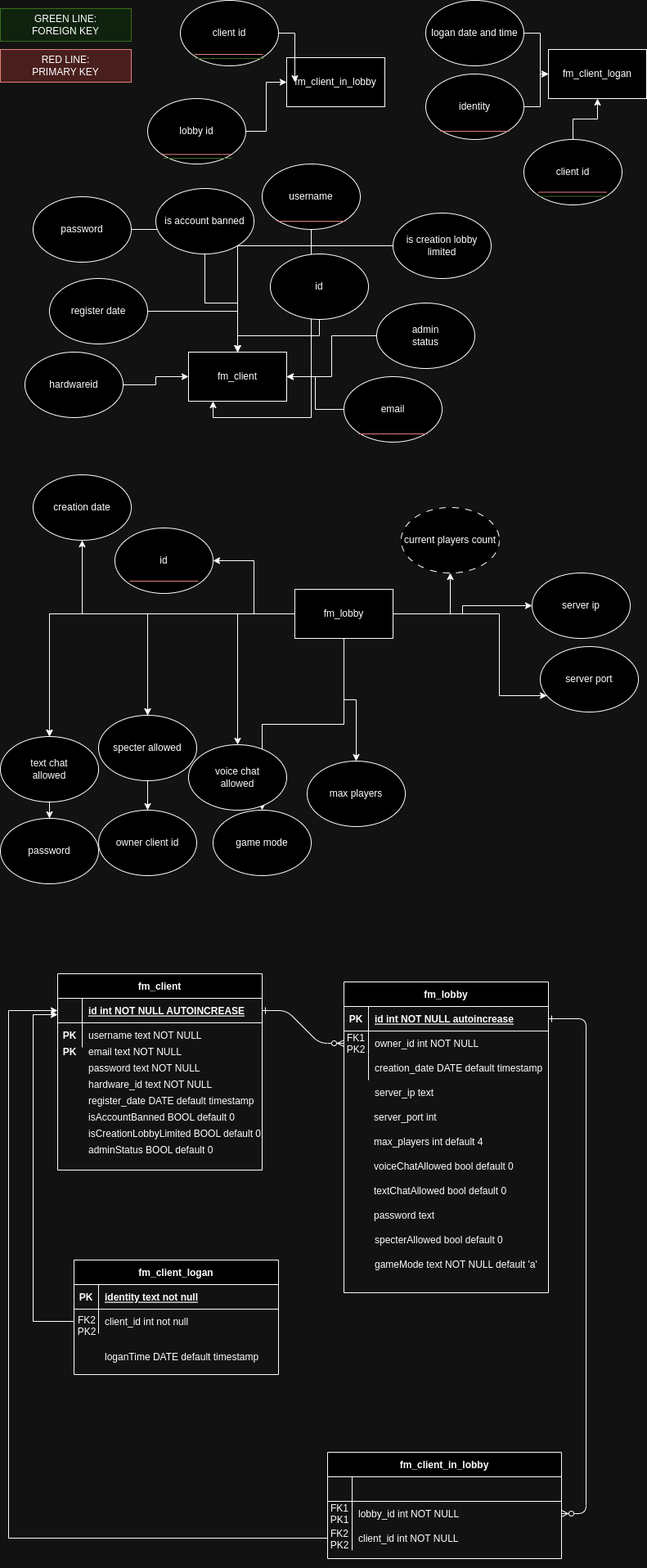
The draw.io diagram docs/database/server/server-database-dark.png in turnaduw/fluffyMultiplayer, before a commit. Source tidied: cells renumbered, new cells last; positions are measured from the earlier drawing's top-left corner, leaving out a move shared by most shapes.
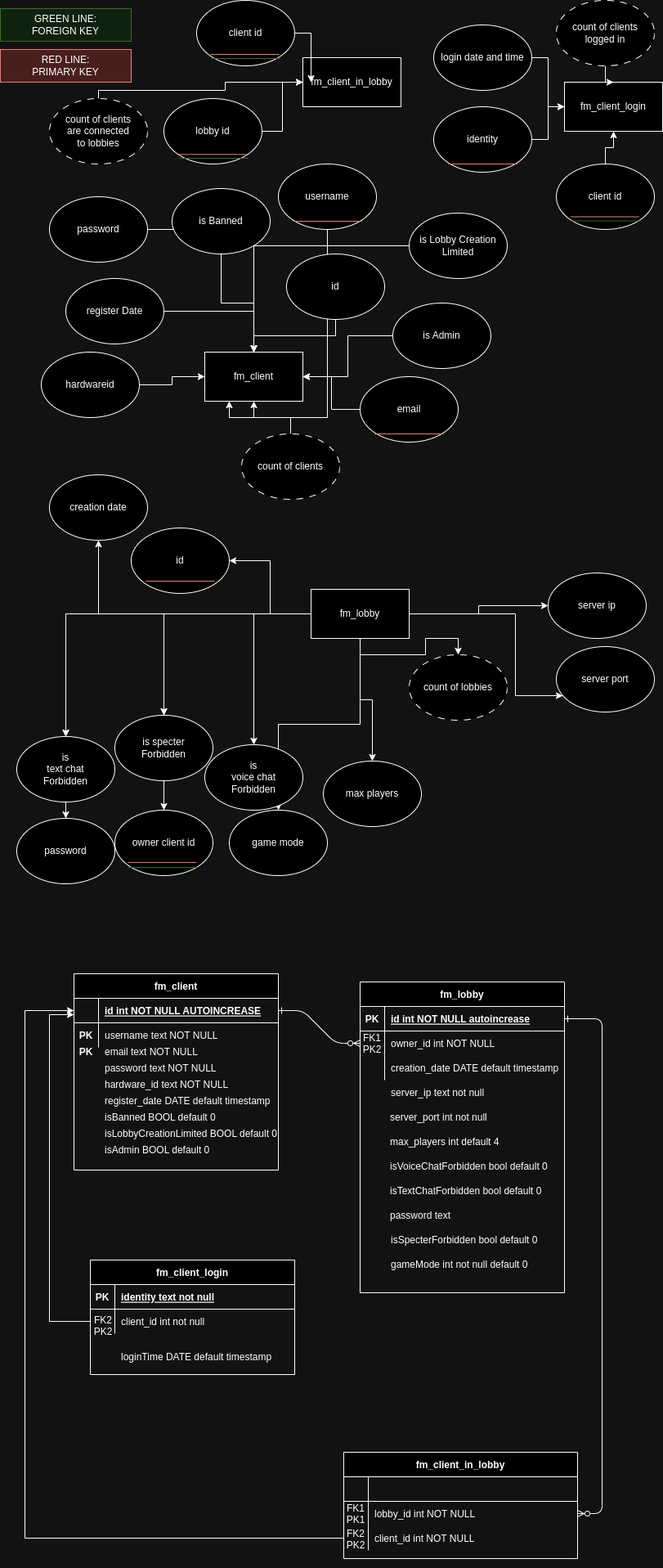
Later version of the same file.

Commit message:
database docs and a bit of code database are updated.

The edit, as a diff of the source:
```diff
@@ -26,14 +26,14 @@
     <mxCell id="9" style="edgeStyle=orthogonalEdgeStyle;rounded=0;jettySize=auto;html=1;" parent="1" edge="1" source="10" target="50">
       <mxGeometry relative="1" as="geometry" />
     </mxCell>
-    <mxCell id="10" value="register date" style="ellipse;whiteSpace=wrap;html=1;" parent="1" vertex="1">
+    <mxCell id="10" value="register Date" style="ellipse;whiteSpace=wrap;html=1;" parent="1" vertex="1">
       <mxGeometry x="60" y="340" width="120" height="80" as="geometry" />
     </mxCell>
     <mxCell id="11" style="edgeStyle=orthogonalEdgeStyle;rounded=0;jettySize=auto;html=1;" parent="1" edge="1" source="12" target="53">
       <mxGeometry relative="1" as="geometry" />
     </mxCell>
     <mxCell id="12" value="identity" style="ellipse;whiteSpace=wrap;html=1;" parent="1" vertex="1">
-      <mxGeometry x="520" y="90" width="120" height="80" as="geometry" />
+      <mxGeometry x="510" y="130" width="120" height="80" as="geometry" />
     </mxCell>
     <mxCell id="13" style="edgeStyle=orthogonalEdgeStyle;rounded=0;jettySize=auto;html=1;" parent="1" edge="1" source="71" target="50">
       <mxGeometry relative="1" as="geometry" />
@@ -79,12 +79,12 @@
         </Array>
       </mxGeometry>
     </mxCell>
-    <mxCell id="26" style="edgeStyle=orthogonalEdgeStyle;rounded=0;jettySize=auto;html=1;" parent="1" edge="1" source="28" target="38">
-      <mxGeometry relative="1" as="geometry" />
-    </mxCell>
     <mxCell id="27" style="edgeStyle=orthogonalEdgeStyle;rounded=0;jettySize=auto;html=1;" parent="1" edge="1" source="28" target="47">
       <mxGeometry relative="1" as="geometry" />
     </mxCell>
+    <mxCell id="130" style="edgeStyle=orthogonalEdgeStyle;rounded=0;jettySize=auto;html=1;" parent="1" edge="1" source="28" target="134">
+      <mxGeometry relative="1" as="geometry" />
+    </mxCell>
     <mxCell id="28" value="fm_lobby" style="rounded=0;whiteSpace=wrap;html=1;" parent="1" vertex="1">
       <mxGeometry x="360" y="720" width="120" height="60" as="geometry" />
     </mxCell>
@@ -100,7 +100,7 @@
     <mxCell id="32" value="owner client id" style="ellipse;whiteSpace=wrap;html=1;" parent="1" vertex="1">
       <mxGeometry x="120" y="990" width="120" height="80" as="geometry" />
     </mxCell>
-    <mxCell id="33" value="voice chat&lt;br&gt;allowed" style="ellipse;whiteSpace=wrap;html=1;" parent="1" vertex="1">
+    <mxCell id="33" value="is&lt;br&gt;voice chat&lt;br&gt;Forbidden" style="ellipse;whiteSpace=wrap;html=1;" parent="1" vertex="1">
       <mxGeometry x="230" y="910" width="120" height="80" as="geometry" />
     </mxCell>
     <mxCell id="34" value="creation date" style="ellipse;whiteSpace=wrap;html=1;" parent="1" vertex="1">
@@ -115,19 +115,28 @@
     <mxCell id="37" value="server port" style="ellipse;whiteSpace=wrap;html=1;" parent="1" vertex="1">
       <mxGeometry x="660" y="790" width="120" height="80" as="geometry" />
     </mxCell>
+    <mxCell id="131" style="edgeStyle=orthogonalEdgeStyle;rounded=0;jettySize=auto;html=1;entryX=0;entryY=0.5;entryDx=0;entryDy=0;" parent="1" edge="1" source="38" target="4">
+      <mxGeometry relative="1" as="geometry">
+        <Array as="points">
+          <mxPoint x="100" y="110" />
+          <mxPoint x="255" y="110" />
+          <mxPoint x="255" y="100" />
+        </Array>
+      </mxGeometry>
+    </mxCell>
-    <mxCell id="38" value="current players count" style="ellipse;whiteSpace=wrap;html=1;dashed=1;dashPattern=8 8;" parent="1" vertex="1">
-      <mxGeometry x="490" y="620" width="120" height="80" as="geometry" />
+    <mxCell id="38" value="count of clients&lt;br&gt;are connected&lt;br&gt;to lobbies" style="ellipse;whiteSpace=wrap;html=1;dashed=1;dashPattern=8 8;" parent="1" vertex="1">
+      <mxGeometry x="40" y="120" width="120" height="80" as="geometry" />
     </mxCell>
     <mxCell id="39" style="edgeStyle=orthogonalEdgeStyle;rounded=0;jettySize=auto;html=1;" parent="1" edge="1" source="40" target="50">
       <mxGeometry relative="1" as="geometry" />
     </mxCell>
-    <mxCell id="40" value="admin&lt;br&gt;status" style="ellipse;whiteSpace=wrap;html=1;" parent="1" vertex="1">
+    <mxCell id="40" value="is Admin" style="ellipse;whiteSpace=wrap;html=1;" parent="1" vertex="1">
       <mxGeometry x="460" y="370" width="120" height="80" as="geometry" />
     </mxCell>
     <mxCell id="41" style="edgeStyle=orthogonalEdgeStyle;rounded=0;jettySize=auto;html=1;" parent="1" edge="1" source="42" target="50">
       <mxGeometry relative="1" as="geometry" />
     </mxCell>
-    <mxCell id="42" value="is account banned" style="ellipse;whiteSpace=wrap;html=1;" parent="1" vertex="1">
+    <mxCell id="42" value="is Banned" style="ellipse;whiteSpace=wrap;html=1;" parent="1" vertex="1">
       <mxGeometry x="190" y="230" width="120" height="80" as="geometry" />
     </mxCell>
     <mxCell id="43" style="edgeStyle=orthogonalEdgeStyle;rounded=0;jettySize=auto;html=1;" parent="1" edge="1" source="71" target="50">
@@ -142,13 +151,13 @@
     <mxCell id="46" style="edgeStyle=orthogonalEdgeStyle;rounded=0;jettySize=auto;html=1;" parent="1" edge="1" source="28" target="47">
       <mxGeometry relative="1" as="geometry" />
     </mxCell>
-    <mxCell id="47" value="specter allowed" style="ellipse;whiteSpace=wrap;html=1;" parent="1" vertex="1">
+    <mxCell id="47" value="is specter &lt;br&gt;Forbidden" style="ellipse;whiteSpace=wrap;html=1;" parent="1" vertex="1">
       <mxGeometry x="120" y="874" width="120" height="80" as="geometry" />
     </mxCell>
     <mxCell id="48" style="edgeStyle=orthogonalEdgeStyle;rounded=0;jettySize=auto;html=1;" parent="1" edge="1" source="28" target="49">
       <mxGeometry relative="1" as="geometry" />
     </mxCell>
-    <mxCell id="49" value="text chat&lt;br&gt;allowed" style="ellipse;whiteSpace=wrap;html=1;" parent="1" vertex="1">
+    <mxCell id="49" value="is&lt;br&gt;text chat&lt;br&gt;Forbidden" style="ellipse;whiteSpace=wrap;html=1;" parent="1" vertex="1">
       <mxGeometry y="900" width="120" height="80" as="geometry" />
     </mxCell>
     <mxCell id="50" value="fm_client" style="rounded=0;whiteSpace=wrap;html=1;" parent="1" vertex="1">
@@ -160,20 +169,20 @@
     <mxCell id="52" value="id" style="ellipse;whiteSpace=wrap;html=1;" parent="1" vertex="1">
       <mxGeometry x="330" y="310" width="120" height="80" as="geometry" />
     </mxCell>
-    <mxCell id="53" value="fm_client_logan" style="rounded=0;whiteSpace=wrap;html=1;" parent="1" vertex="1">
-      <mxGeometry x="670" y="60" width="120" height="60" as="geometry" />
+    <mxCell id="53" value="fm_client_login" style="rounded=0;whiteSpace=wrap;html=1;" parent="1" vertex="1">
+      <mxGeometry x="670" y="100" width="120" height="60" as="geometry" />
     </mxCell>
     <mxCell id="54" style="edgeStyle=orthogonalEdgeStyle;rounded=0;jettySize=auto;html=1;" parent="1" edge="1" source="55" target="53">
       <mxGeometry relative="1" as="geometry" />
     </mxCell>
     <mxCell id="55" value="client id" style="ellipse;whiteSpace=wrap;html=1;" parent="1" vertex="1">
-      <mxGeometry x="640" y="170" width="120" height="80" as="geometry" />
+      <mxGeometry x="660" y="200" width="120" height="80" as="geometry" />
     </mxCell>
     <mxCell id="56" style="edgeStyle=orthogonalEdgeStyle;rounded=0;jettySize=auto;html=1;" parent="1" edge="1" source="57" target="53">
       <mxGeometry relative="1" as="geometry" />
     </mxCell>
-    <mxCell id="57" value="logan date and time" style="ellipse;whiteSpace=wrap;html=1;" parent="1" vertex="1">
-      <mxGeometry x="520" width="120" height="80" as="geometry" />
+    <mxCell id="57" value="login date and time" style="ellipse;whiteSpace=wrap;html=1;" parent="1" vertex="1">
+      <mxGeometry x="510" y="30" width="120" height="80" as="geometry" />
     </mxCell>
     <mxCell id="58" style="edgeStyle=orthogonalEdgeStyle;rounded=0;jettySize=auto;html=1;" parent="1" edge="1" source="59" target="4">
       <mxGeometry relative="1" as="geometry" />
@@ -204,20 +213,20 @@
     </mxCell>
     <mxCell id="64" style="endArrow=none;html=1;rounded=0;exitX=0;exitY=1;exitDx=0;exitDy=0;entryX=1;entryY=1;entryDx=0;entryDy=0;fillColor=#f8cecc;strokeColor=#b85450;" parent="1" edge="1">
       <mxGeometry relative="1" as="geometry">
-        <mxPoint x="657.5" y="234.5" as="sourcePoint" />
-        <mxPoint x="741.5" y="234.5" as="targetPoint" />
+        <mxPoint x="677.5" y="264.5" as="sourcePoint" />
+        <mxPoint x="761.5" y="264.5" as="targetPoint" />
       </mxGeometry>
     </mxCell>
     <mxCell id="65" style="endArrow=none;html=1;rounded=0;exitX=0;exitY=1;exitDx=0;exitDy=0;entryX=1;entryY=1;entryDx=0;entryDy=0;fillColor=#d5e8d4;strokeColor=#82b366;" parent="1" edge="1">
       <mxGeometry relative="1" as="geometry">
-        <mxPoint x="658.5" y="239.5" as="sourcePoint" />
-        <mxPoint x="742.5" y="239.5" as="targetPoint" />
+        <mxPoint x="678.5" y="269.5" as="sourcePoint" />
+        <mxPoint x="762.5" y="269.5" as="targetPoint" />
       </mxGeometry>
     </mxCell>
     <mxCell id="66" style="endArrow=none;html=1;rounded=0;exitX=0;exitY=1;exitDx=0;exitDy=0;entryX=1;entryY=1;entryDx=0;entryDy=0;fillColor=#f8cecc;strokeColor=#b85450;" parent="1" edge="1">
       <mxGeometry relative="1" as="geometry">
-        <mxPoint x="538" y="160" as="sourcePoint" />
-        <mxPoint x="622" y="160" as="targetPoint" />
+        <mxPoint x="528" y="200" as="sourcePoint" />
+        <mxPoint x="612" y="200" as="targetPoint" />
       </mxGeometry>
     </mxCell>
     <mxCell id="67" style="endArrow=none;html=1;rounded=0;exitX=0;exitY=1;exitDx=0;exitDy=0;entryX=1;entryY=1;entryDx=0;entryDy=0;fillColor=#f8cecc;strokeColor=#b85450;" parent="1" edge="1">
@@ -233,12 +242,12 @@
       </mxGeometry>
     </mxCell>
     <mxCell id="69" value="RED LINE:&lt;br&gt;PRIMARY KEY" style="text;html=1;strokeColor=#b85450;fillColor=#f8cecc;align=center;verticalAlign=middle;whiteSpace=wrap;rounded=0;" parent="1" vertex="1">
-      <mxGeometry y="60" width="160" height="40" as="geometry" />
+      <mxGeometry x="-20" y="60" width="160" height="40" as="geometry" />
     </mxCell>
     <mxCell id="70" value="GREEN LINE: &lt;br&gt;FOREIGN KEY" style="text;html=1;strokeColor=#82b366;fillColor=#d5e8d4;align=center;verticalAlign=middle;whiteSpace=wrap;rounded=0;" parent="1" vertex="1">
-      <mxGeometry y="10" width="160" height="40" as="geometry" />
+      <mxGeometry x="-20" y="10" width="160" height="40" as="geometry" />
     </mxCell>
-    <mxCell id="71" value="is creation lobby&lt;br&gt;limited" style="ellipse;whiteSpace=wrap;html=1;" parent="1" vertex="1">
+    <mxCell id="71" value="is Lobby Creation&lt;br&gt;Limited" style="ellipse;whiteSpace=wrap;html=1;" parent="1" vertex="1">
       <mxGeometry x="480" y="260" width="120" height="80" as="geometry" />
     </mxCell>
     <mxCell id="72" style="edgeStyle=entityRelationEdgeStyle;endArrow=ERzeroToMany;startArrow=ERone;endFill=1;startFill=0;" parent="1" edge="1" source="95" target="78">
@@ -334,7 +343,7 @@
         <mxPoint x="242" y="710" as="targetPoint" />
       </mxGeometry>
     </mxCell>
-    <mxCell id="102" value="fm_client_logan" style="shape=table;startSize=30;rowLines=0;fontStyle=1;align=center;" parent="1" vertex="1">
+    <mxCell id="102" value="fm_client_login" style="shape=table;startSize=30;rowLines=0;fontStyle=1;align=center;" parent="1" vertex="1">
       <mxGeometry x="90" y="1540" width="250" height="140" as="geometry" />
     </mxCell>
     <mxCell id="103" style="shape=partialRectangle;fillColor=none;top=0;left=0;right=0;bottom=1;" parent="102" vertex="1">
@@ -370,37 +379,37 @@
     <mxCell id="113" value="register_date DATE default timestamp" style="shape=partialRectangle;overflow=hidden;fillColor=none;top=0;left=0;bottom=0;right=0;align=left;spacingLeft=6;" parent="1" vertex="1">
       <mxGeometry x="100" y="1330" width="220" height="30" as="geometry" />
     </mxCell>
-    <mxCell id="114" value="isAccountBanned BOOL default 0" style="shape=partialRectangle;overflow=hidden;fillColor=none;top=0;left=0;bottom=0;right=0;align=left;spacingLeft=6;" parent="1" vertex="1">
+    <mxCell id="114" value="isBanned BOOL default 0" style="shape=partialRectangle;overflow=hidden;fillColor=none;top=0;left=0;bottom=0;right=0;align=left;spacingLeft=6;" parent="1" vertex="1">
       <mxGeometry x="100" y="1350" width="220" height="30" as="geometry" />
     </mxCell>
-    <mxCell id="115" value="isCreationLobbyLimited BOOL default 0" style="shape=partialRectangle;overflow=hidden;fillColor=none;top=0;left=0;bottom=0;right=0;align=left;spacingLeft=6;" parent="1" vertex="1">
+    <mxCell id="115" value="isLobbyCreationLimited BOOL default 0" style="shape=partialRectangle;overflow=hidden;fillColor=none;top=0;left=0;bottom=0;right=0;align=left;spacingLeft=6;" parent="1" vertex="1">
       <mxGeometry x="100" y="1370" width="220" height="30" as="geometry" />
     </mxCell>
-    <mxCell id="116" value="adminStatus BOOL default 0" style="shape=partialRectangle;overflow=hidden;fillColor=none;top=0;left=0;bottom=0;right=0;align=left;spacingLeft=6;" parent="1" vertex="1">
+    <mxCell id="116" value="isAdmin BOOL default 0" style="shape=partialRectangle;overflow=hidden;fillColor=none;top=0;left=0;bottom=0;right=0;align=left;spacingLeft=6;" parent="1" vertex="1">
       <mxGeometry x="100" y="1390" width="220" height="30" as="geometry" />
     </mxCell>
-    <mxCell id="117" value="server_ip text" style="shape=partialRectangle;overflow=hidden;fillColor=none;top=0;left=0;bottom=0;right=0;align=left;spacingLeft=6;" parent="1" vertex="1">
+    <mxCell id="117" value="server_ip text not null" style="shape=partialRectangle;overflow=hidden;fillColor=none;top=0;left=0;bottom=0;right=0;align=left;spacingLeft=6;" parent="1" vertex="1">
       <mxGeometry x="450" y="1320" width="220" height="30" as="geometry" />
     </mxCell>
-    <mxCell id="118" value="server_port int" style="shape=partialRectangle;overflow=hidden;fillColor=none;top=0;left=0;bottom=0;right=0;align=left;spacingLeft=6;" parent="1" vertex="1">
+    <mxCell id="118" value="server_port int not null" style="shape=partialRectangle;overflow=hidden;fillColor=none;top=0;left=0;bottom=0;right=0;align=left;spacingLeft=6;" parent="1" vertex="1">
       <mxGeometry x="449" y="1350" width="220" height="30" as="geometry" />
     </mxCell>
     <mxCell id="119" value="max_players int default 4" style="shape=partialRectangle;overflow=hidden;fillColor=none;top=0;left=0;bottom=0;right=0;align=left;spacingLeft=6;" parent="1" vertex="1">
       <mxGeometry x="449" y="1380" width="220" height="30" as="geometry" />
     </mxCell>
-    <mxCell id="120" value="voiceChatAllowed bool default 0" style="shape=partialRectangle;overflow=hidden;fillColor=none;top=0;left=0;bottom=0;right=0;align=left;spacingLeft=6;" parent="1" vertex="1">
+    <mxCell id="120" value="isVoiceChatForbidden bool default 0" style="shape=partialRectangle;overflow=hidden;fillColor=none;top=0;left=0;bottom=0;right=0;align=left;spacingLeft=6;" parent="1" vertex="1">
       <mxGeometry x="449" y="1410" width="220" height="30" as="geometry" />
     </mxCell>
-    <mxCell id="121" value="textChatAllowed bool default 0" style="shape=partialRectangle;overflow=hidden;fillColor=none;top=0;left=0;bottom=0;right=0;align=left;spacingLeft=6;" parent="1" vertex="1">
+    <mxCell id="121" value="isTextChatForbidden bool default 0" style="shape=partialRectangle;overflow=hidden;fillColor=none;top=0;left=0;bottom=0;right=0;align=left;spacingLeft=6;" parent="1" vertex="1">
       <mxGeometry x="449" y="1440" width="220" height="30" as="geometry" />
     </mxCell>
     <mxCell id="122" value="password text" style="shape=partialRectangle;overflow=hidden;fillColor=none;top=0;left=0;bottom=0;right=0;align=left;spacingLeft=6;" parent="1" vertex="1">
       <mxGeometry x="449" y="1470" width="220" height="30" as="geometry" />
     </mxCell>
-    <mxCell id="123" value="specterAllowed bool default 0" style="shape=partialRectangle;overflow=hidden;fillColor=none;top=0;left=0;bottom=0;right=0;align=left;spacingLeft=6;" parent="1" vertex="1">
+    <mxCell id="123" value="isSpecterForbidden bool default 0" style="shape=partialRectangle;overflow=hidden;fillColor=none;top=0;left=0;bottom=0;right=0;align=left;spacingLeft=6;" parent="1" vertex="1">
       <mxGeometry x="450" y="1500" width="220" height="30" as="geometry" />
     </mxCell>
-    <mxCell id="124" value="gameMode text NOT NULL default 'a'" style="shape=partialRectangle;overflow=hidden;fillColor=none;top=0;left=0;bottom=0;right=0;align=left;spacingLeft=6;" parent="1" vertex="1">
+    <mxCell id="124" value="gameMode int not null default 0" style="shape=partialRectangle;overflow=hidden;fillColor=none;top=0;left=0;bottom=0;right=0;align=left;spacingLeft=6;" parent="1" vertex="1">
       <mxGeometry x="450" y="1530" width="220" height="30" as="geometry" />
     </mxCell>
     <mxCell id="125" value="FK2&#10;PK2" style="shape=partialRectangle;overflow=hidden;fillColor=none;top=0;left=0;bottom=0;right=0;" parent="1" vertex="1">
@@ -414,7 +423,7 @@
         </Array>
       </mxGeometry>
     </mxCell>
-    <mxCell id="127" value="loganTime DATE default timestamp" style="shape=partialRectangle;overflow=hidden;fillColor=none;top=0;left=0;bottom=0;right=0;align=left;spacingLeft=6;" parent="1" vertex="1">
+    <mxCell id="127" value="loginTime DATE default timestamp" style="shape=partialRectangle;overflow=hidden;fillColor=none;top=0;left=0;bottom=0;right=0;align=left;spacingLeft=6;" parent="1" vertex="1">
       <mxGeometry x="120" y="1643" width="220" height="30" as="geometry" />
     </mxCell>
     <mxCell id="128" value="FK2&#10;PK2" style="shape=partialRectangle;overflow=hidden;fillColor=none;top=0;left=0;bottom=0;right=0;" parent="1" vertex="1">
@@ -428,5 +437,32 @@
         </Array>
       </mxGeometry>
     </mxCell>
+    <mxCell id="132" style="endArrow=none;html=1;rounded=0;exitX=0;exitY=1;exitDx=0;exitDy=0;entryX=1;entryY=1;entryDx=0;entryDy=0;fillColor=#d5e8d4;strokeColor=#82b366;" parent="1" edge="1">
+      <mxGeometry relative="1" as="geometry">
+        <mxPoint x="136" y="1060" as="sourcePoint" />
+        <mxPoint x="220" y="1060" as="targetPoint" />
+      </mxGeometry>
+    </mxCell>
+    <mxCell id="133" style="endArrow=none;html=1;rounded=0;exitX=0;exitY=1;exitDx=0;exitDy=0;entryX=1;entryY=1;entryDx=0;entryDy=0;fillColor=#f8cecc;strokeColor=#b85450;" parent="1" edge="1">
+      <mxGeometry relative="1" as="geometry">
+        <mxPoint x="136" y="1054" as="sourcePoint" />
+        <mxPoint x="220" y="1054" as="targetPoint" />
+      </mxGeometry>
+    </mxCell>
+    <mxCell id="134" value="count of lobbies" style="ellipse;whiteSpace=wrap;html=1;dashed=1;dashPattern=8 8;" parent="1" vertex="1">
+      <mxGeometry x="480" y="800" width="120" height="80" as="geometry" />
+    </mxCell>
+    <mxCell id="135" style="edgeStyle=orthogonalEdgeStyle;rounded=0;jettySize=auto;html=1;" parent="1" edge="1" source="136" target="50">
+      <mxGeometry relative="1" as="geometry" />
+    </mxCell>
+    <mxCell id="136" value="count of clients" style="ellipse;whiteSpace=wrap;html=1;dashed=1;dashPattern=8 8;" parent="1" vertex="1">
+      <mxGeometry x="275" y="530" width="120" height="80" as="geometry" />
+    </mxCell>
+    <mxCell id="137" style="edgeStyle=orthogonalEdgeStyle;rounded=0;jettySize=auto;html=1;" parent="1" edge="1" source="138" target="53">
+      <mxGeometry relative="1" as="geometry" />
+    </mxCell>
+    <mxCell id="138" value="count of clients&lt;br&gt;logged in" style="ellipse;whiteSpace=wrap;html=1;dashed=1;dashPattern=8 8;" parent="1" vertex="1">
+      <mxGeometry x="660" width="120" height="80" as="geometry" />
+    </mxCell>
   </root>
 </mxGraphModel>
```
